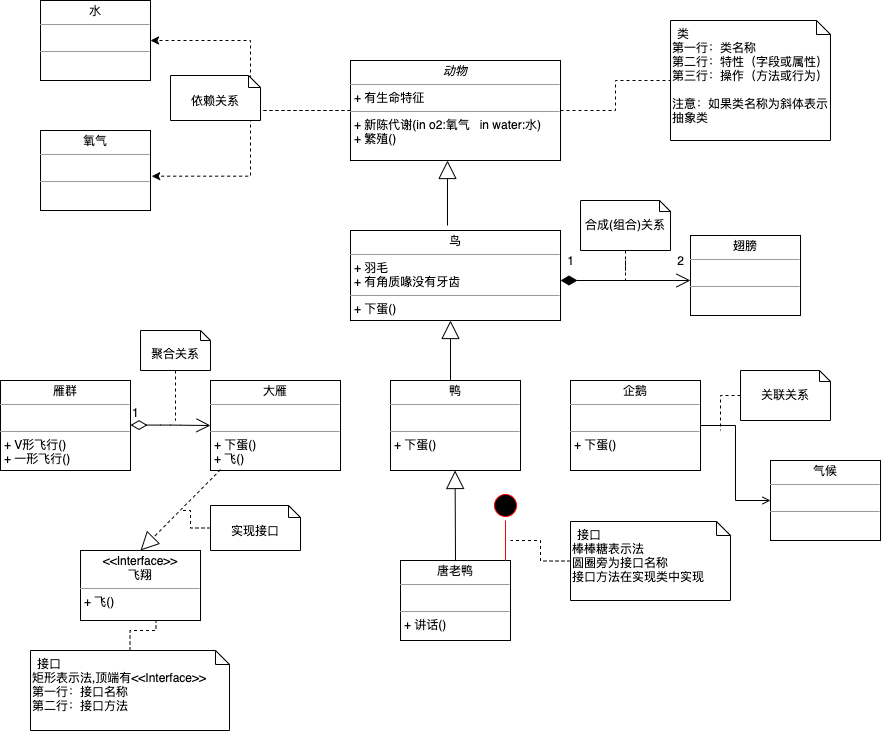
The draw.io diagram img/uml-demo.png in boilingfrog/design-pattern-learning, before a commit. Source tidied: cells renumbered, new cells last; positions are measured from the earlier drawing's top-left corner, leaving out a move shared by most shapes.
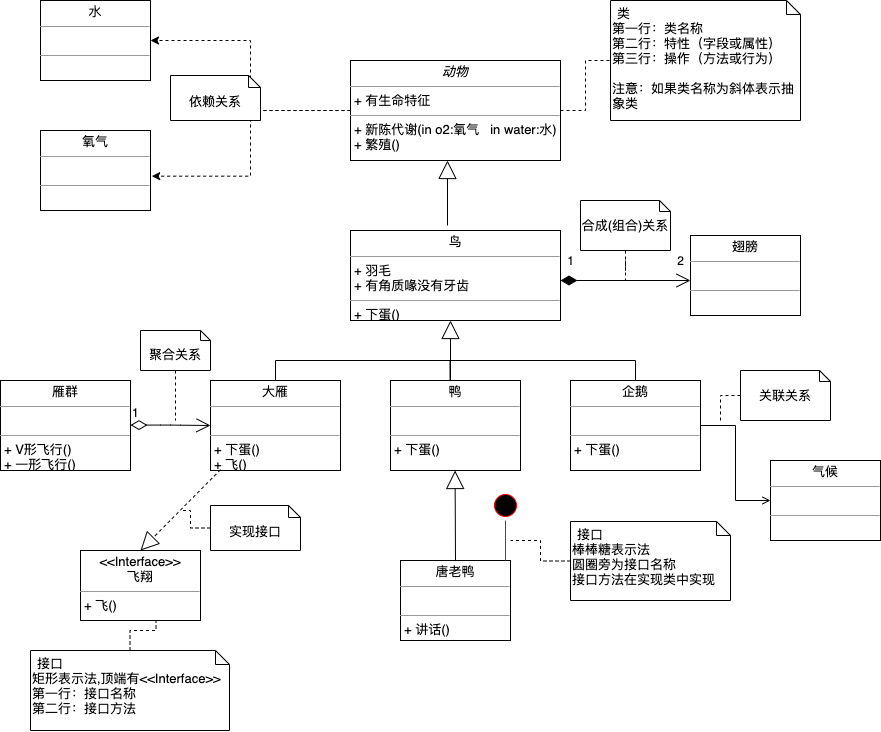
The same diagram one commit later.

The edit, as a diff of the source:
```diff
@@ -13,24 +13,24 @@
     </mxCell>
-    <mxCell id="5" value="&lt;p style=&quot;margin: 0px ; margin-top: 4px ; text-align: center&quot;&gt;&lt;i&gt;动物&lt;/i&gt;&lt;/p&gt;&lt;hr size=&quot;1&quot;&gt;&lt;p style=&quot;margin: 0px ; margin-left: 4px&quot;&gt;+ 有生命特征&lt;br&gt;&lt;/p&gt;&lt;hr size=&quot;1&quot;&gt;&lt;p style=&quot;margin: 0px ; margin-left: 4px&quot;&gt;+ 新陈代谢(in o2:氧气&amp;nbsp; &amp;nbsp;in water:水)&lt;br&gt;+ 繁殖()&lt;/p&gt;" style="verticalAlign=top;align=left;overflow=fill;fontSize=12;fontFamily=Helvetica;html=1;" parent="1" vertex="1">
+    <mxCell id="5" value="&lt;p style=&quot;margin: 4px 0px 0px ; text-align: center ; font-size: 13px&quot;&gt;&lt;i&gt;&lt;font style=&quot;font-size: 13px&quot;&gt;动物&lt;/font&gt;&lt;/i&gt;&lt;/p&gt;&lt;hr size=&quot;1&quot; style=&quot;font-size: 13px&quot;&gt;&lt;p style=&quot;margin: 0px 0px 0px 4px ; font-size: 13px&quot;&gt;&lt;font style=&quot;font-size: 13px&quot;&gt;+ 有生命特征&lt;br&gt;&lt;/font&gt;&lt;/p&gt;&lt;hr size=&quot;1&quot; style=&quot;font-size: 13px&quot;&gt;&lt;p style=&quot;margin: 0px 0px 0px 4px ; font-size: 13px&quot;&gt;&lt;font style=&quot;font-size: 13px&quot;&gt;+ 新陈代谢(in o2:氧气&amp;nbsp; &amp;nbsp;in water:水)&lt;br&gt;+ 繁殖()&lt;/font&gt;&lt;/p&gt;" style="verticalAlign=top;align=left;overflow=fill;fontSize=12;fontFamily=Helvetica;html=1;" parent="1" vertex="1">
       <mxGeometry x="350" y="60" width="210" height="100" as="geometry" />
     </mxCell>
-    <mxCell id="6" value="第一行：类名称&lt;br&gt;第二行：特性（字段或属性）&lt;br&gt;第三行：操作（方法或行为）&lt;br&gt;&lt;br&gt;注意：如果类名称为斜体表示抽象类" style="shape=note2;boundedLbl=1;whiteSpace=wrap;html=1;size=14;verticalAlign=top;align=left;" parent="1" vertex="1">
-      <mxGeometry x="670" y="20" width="160" height="120" as="geometry" />
+    <mxCell id="6" value="&lt;font style=&quot;font-size: 13px&quot;&gt;第一行：类名称&lt;br&gt;第二行：特性（字段或属性）&lt;br&gt;第三行：操作（方法或行为）&lt;br&gt;&lt;br&gt;注意：如果类名称为斜体表示抽象类&lt;/font&gt;" style="shape=note2;boundedLbl=1;whiteSpace=wrap;html=1;size=14;verticalAlign=top;align=left;" parent="1" vertex="1">
+      <mxGeometry x="610" width="190" height="120" as="geometry" />
     </mxCell>
-    <mxCell id="7" value="类" style="strokeColor=none;fillColor=none;align=left;spacingLeft=5;" parent="6" vertex="1">
-      <mxGeometry width="160" height="25" relative="1" as="geometry" />
+    <mxCell id="7" value="类" style="strokeColor=none;fillColor=none;align=left;spacingLeft=5;fontSize=13;" parent="6" vertex="1">
+      <mxGeometry width="190" height="25" relative="1" as="geometry" />
     </mxCell>
-    <mxCell id="8" value="&lt;p style=&quot;margin: 0px ; margin-top: 4px ; text-align: center&quot;&gt;鸟&lt;/p&gt;&lt;hr size=&quot;1&quot;&gt;&lt;p style=&quot;margin: 0px ; margin-left: 4px&quot;&gt;+ 羽毛&lt;br&gt;&lt;/p&gt;&lt;p style=&quot;margin: 0px ; margin-left: 4px&quot;&gt;+ 有角质喙没有牙齿&lt;/p&gt;&lt;hr size=&quot;1&quot;&gt;&lt;p style=&quot;margin: 0px ; margin-left: 4px&quot;&gt;+ 下蛋()&lt;br&gt;&lt;/p&gt;" style="verticalAlign=top;align=left;overflow=fill;fontSize=12;fontFamily=Helvetica;html=1;" parent="1" vertex="1">
+    <mxCell id="8" value="&lt;p style=&quot;margin: 4px 0px 0px ; text-align: center ; font-size: 13px&quot;&gt;&lt;font style=&quot;font-size: 13px&quot;&gt;鸟&lt;/font&gt;&lt;/p&gt;&lt;hr size=&quot;1&quot; style=&quot;font-size: 13px&quot;&gt;&lt;p style=&quot;margin: 0px 0px 0px 4px ; font-size: 13px&quot;&gt;&lt;font style=&quot;font-size: 13px&quot;&gt;+ 羽毛&lt;br&gt;&lt;/font&gt;&lt;/p&gt;&lt;p style=&quot;margin: 0px 0px 0px 4px ; font-size: 13px&quot;&gt;&lt;font style=&quot;font-size: 13px&quot;&gt;+ 有角质喙没有牙齿&lt;/font&gt;&lt;/p&gt;&lt;hr size=&quot;1&quot; style=&quot;font-size: 13px&quot;&gt;&lt;p style=&quot;margin: 0px 0px 0px 4px ; font-size: 13px&quot;&gt;&lt;font style=&quot;font-size: 13px&quot;&gt;+ 下蛋()&lt;/font&gt;&lt;br&gt;&lt;/p&gt;" style="verticalAlign=top;align=left;overflow=fill;fontSize=12;fontFamily=Helvetica;html=1;" parent="1" vertex="1">
       <mxGeometry x="350" y="230" width="210" height="90" as="geometry" />
     </mxCell>
-    <mxCell id="9" value="&lt;p style=&quot;margin: 0px ; margin-top: 4px ; text-align: center&quot;&gt;水&lt;/p&gt;&lt;hr size=&quot;1&quot;&gt;&lt;p style=&quot;margin: 0px ; margin-left: 4px&quot;&gt;&lt;br&gt;&lt;/p&gt;&lt;hr size=&quot;1&quot;&gt;&lt;p style=&quot;margin: 0px ; margin-left: 4px&quot;&gt;&lt;br&gt;&lt;/p&gt;" style="verticalAlign=top;align=left;overflow=fill;fontSize=12;fontFamily=Helvetica;html=1;" parent="1" vertex="1">
+    <mxCell id="9" value="&lt;p style=&quot;margin: 4px 0px 0px ; text-align: center ; font-size: 13px&quot;&gt;&lt;font style=&quot;font-size: 13px&quot;&gt;水&lt;/font&gt;&lt;/p&gt;&lt;hr size=&quot;1&quot; style=&quot;font-size: 13px&quot;&gt;&lt;p style=&quot;margin: 0px 0px 0px 4px ; font-size: 13px&quot;&gt;&lt;font style=&quot;font-size: 13px&quot;&gt;&lt;br&gt;&lt;/font&gt;&lt;/p&gt;&lt;hr size=&quot;1&quot; style=&quot;font-size: 13px&quot;&gt;&lt;p style=&quot;margin: 0px 0px 0px 4px ; font-size: 13px&quot;&gt;&lt;br&gt;&lt;/p&gt;" style="verticalAlign=top;align=left;overflow=fill;fontSize=12;fontFamily=Helvetica;html=1;" parent="1" vertex="1">
       <mxGeometry x="40" width="110" height="80" as="geometry" />
     </mxCell>
-    <mxCell id="10" value="&lt;p style=&quot;margin: 0px ; margin-top: 4px ; text-align: center&quot;&gt;氧气&lt;/p&gt;&lt;hr size=&quot;1&quot;&gt;&lt;p style=&quot;margin: 0px ; margin-left: 4px&quot;&gt;&lt;br&gt;&lt;/p&gt;&lt;hr size=&quot;1&quot;&gt;&lt;p style=&quot;margin: 0px ; margin-left: 4px&quot;&gt;&lt;br&gt;&lt;/p&gt;" style="verticalAlign=top;align=left;overflow=fill;fontSize=12;fontFamily=Helvetica;html=1;" parent="1" vertex="1">
+    <mxCell id="10" value="&lt;p style=&quot;margin: 4px 0px 0px ; text-align: center ; font-size: 13px&quot;&gt;&lt;font style=&quot;font-size: 13px&quot;&gt;氧气&lt;/font&gt;&lt;/p&gt;&lt;hr size=&quot;1&quot; style=&quot;font-size: 13px&quot;&gt;&lt;p style=&quot;margin: 0px 0px 0px 4px ; font-size: 13px&quot;&gt;&lt;font style=&quot;font-size: 13px&quot;&gt;&lt;br&gt;&lt;/font&gt;&lt;/p&gt;&lt;hr size=&quot;1&quot; style=&quot;font-size: 13px&quot;&gt;&lt;p style=&quot;margin: 0px 0px 0px 4px ; font-size: 13px&quot;&gt;&lt;br&gt;&lt;/p&gt;" style="verticalAlign=top;align=left;overflow=fill;fontSize=12;fontFamily=Helvetica;html=1;" parent="1" vertex="1">
       <mxGeometry x="40" y="130" width="110" height="80" as="geometry" />
     </mxCell>
-    <mxCell id="11" value="依赖关系" style="shape=note2;boundedLbl=1;whiteSpace=wrap;html=1;size=12;verticalAlign=top;align=center;fontSize=12;" parent="1" vertex="1">
+    <mxCell id="11" value="&lt;font style=&quot;font-size: 13px&quot;&gt;依赖关系&lt;/font&gt;" style="shape=note2;boundedLbl=1;whiteSpace=wrap;html=1;size=12;verticalAlign=top;align=center;fontSize=12;" parent="1" vertex="1">
       <mxGeometry x="170" y="75" width="90" height="45" as="geometry" />
     </mxCell>
-    <mxCell id="12" value="&lt;p style=&quot;margin: 0px ; margin-top: 4px ; text-align: center&quot;&gt;翅膀&lt;/p&gt;&lt;hr size=&quot;1&quot;&gt;&lt;p style=&quot;margin: 0px ; margin-left: 4px&quot;&gt;&lt;br&gt;&lt;/p&gt;&lt;hr size=&quot;1&quot;&gt;&lt;p style=&quot;margin: 0px ; margin-left: 4px&quot;&gt;&lt;br&gt;&lt;/p&gt;" style="verticalAlign=top;align=left;overflow=fill;fontSize=12;fontFamily=Helvetica;html=1;" parent="1" vertex="1">
+    <mxCell id="12" value="&lt;p style=&quot;margin: 4px 0px 0px ; text-align: center ; font-size: 13px&quot;&gt;&lt;font style=&quot;font-size: 13px&quot;&gt;翅膀&lt;/font&gt;&lt;/p&gt;&lt;hr size=&quot;1&quot; style=&quot;font-size: 13px&quot;&gt;&lt;p style=&quot;margin: 0px 0px 0px 4px ; font-size: 13px&quot;&gt;&lt;font style=&quot;font-size: 13px&quot;&gt;&lt;br&gt;&lt;/font&gt;&lt;/p&gt;&lt;hr size=&quot;1&quot; style=&quot;font-size: 13px&quot;&gt;&lt;p style=&quot;margin: 0px 0px 0px 4px ; font-size: 13px&quot;&gt;&lt;br&gt;&lt;/p&gt;" style="verticalAlign=top;align=left;overflow=fill;fontSize=12;fontFamily=Helvetica;html=1;" parent="1" vertex="1">
       <mxGeometry x="690" y="235" width="110" height="80" as="geometry" />
@@ -42,3 +42,3 @@
     </mxCell>
-    <mxCell id="14" value="合成(组合)关系" style="shape=note2;boundedLbl=1;whiteSpace=wrap;html=1;size=11;verticalAlign=top;align=center;fontSize=12;" parent="1" vertex="1">
+    <mxCell id="14" value="&lt;font style=&quot;font-size: 13px&quot;&gt;合成(组合)关系&lt;/font&gt;" style="shape=note2;boundedLbl=1;whiteSpace=wrap;html=1;size=11;verticalAlign=top;align=center;fontSize=12;" parent="1" vertex="1">
       <mxGeometry x="580" y="200" width="90" height="50" as="geometry" />
@@ -71,6 +71,14 @@
     </mxCell>
-    <mxCell id="20" value="&lt;p style=&quot;margin: 0px ; margin-top: 4px ; text-align: center&quot;&gt;鸭&lt;/p&gt;&lt;hr size=&quot;1&quot;&gt;&lt;p style=&quot;margin: 0px ; margin-left: 4px&quot;&gt;&lt;br&gt;&lt;/p&gt;&lt;hr size=&quot;1&quot;&gt;&lt;p style=&quot;margin: 0px ; margin-left: 4px&quot;&gt;+ 下蛋()&lt;br&gt;&lt;/p&gt;" style="verticalAlign=top;align=left;overflow=fill;fontSize=12;fontFamily=Helvetica;html=1;" parent="1" vertex="1">
+    <mxCell id="20" value="&lt;p style=&quot;margin: 4px 0px 0px ; text-align: center ; font-size: 13px&quot;&gt;&lt;font style=&quot;font-size: 13px&quot;&gt;鸭&lt;/font&gt;&lt;/p&gt;&lt;hr size=&quot;1&quot; style=&quot;font-size: 13px&quot;&gt;&lt;p style=&quot;margin: 0px 0px 0px 4px ; font-size: 13px&quot;&gt;&lt;font style=&quot;font-size: 13px&quot;&gt;&lt;br&gt;&lt;/font&gt;&lt;/p&gt;&lt;hr size=&quot;1&quot; style=&quot;font-size: 13px&quot;&gt;&lt;p style=&quot;margin: 0px 0px 0px 4px ; font-size: 13px&quot;&gt;&lt;font style=&quot;font-size: 13px&quot;&gt;+ 下蛋()&lt;/font&gt;&lt;br&gt;&lt;/p&gt;" style="verticalAlign=top;align=left;overflow=fill;fontSize=12;fontFamily=Helvetica;html=1;" parent="1" vertex="1">
       <mxGeometry x="390" y="380" width="130" height="90" as="geometry" />
     </mxCell>
+    <mxCell id="45" style="edgeStyle=orthogonalEdgeStyle;rounded=0;jettySize=auto;html=1;fontSize=12;startArrow=none;startFill=0;endArrow=none;endFill=0;strokeWidth=1;" parent="1" edge="1" source="21">
+      <mxGeometry relative="1" as="geometry">
+        <mxPoint x="450" y="360" as="targetPoint" />
+        <Array as="points">
+          <mxPoint x="275" y="360" />
+        </Array>
+      </mxGeometry>
+    </mxCell>
-    <mxCell id="21" value="&lt;p style=&quot;margin: 0px ; margin-top: 4px ; text-align: center&quot;&gt;大雁&lt;/p&gt;&lt;hr size=&quot;1&quot;&gt;&lt;p style=&quot;margin: 0px ; margin-left: 4px&quot;&gt;&lt;br&gt;&lt;/p&gt;&lt;hr size=&quot;1&quot;&gt;&lt;p style=&quot;margin: 0px ; margin-left: 4px&quot;&gt;+ 下蛋()&lt;br&gt;&lt;/p&gt;&lt;p style=&quot;margin: 0px ; margin-left: 4px&quot;&gt;+ 飞()&lt;/p&gt;" style="verticalAlign=top;align=left;overflow=fill;fontSize=12;fontFamily=Helvetica;html=1;" parent="1" vertex="1">
+    <mxCell id="21" value="&lt;p style=&quot;margin: 4px 0px 0px ; text-align: center ; font-size: 13px&quot;&gt;&lt;font style=&quot;font-size: 13px&quot;&gt;大雁&lt;/font&gt;&lt;/p&gt;&lt;hr size=&quot;1&quot; style=&quot;font-size: 13px&quot;&gt;&lt;p style=&quot;margin: 0px 0px 0px 4px ; font-size: 13px&quot;&gt;&lt;font style=&quot;font-size: 13px&quot;&gt;&lt;br&gt;&lt;/font&gt;&lt;/p&gt;&lt;hr size=&quot;1&quot; style=&quot;font-size: 13px&quot;&gt;&lt;p style=&quot;margin: 0px 0px 0px 4px ; font-size: 13px&quot;&gt;&lt;font style=&quot;font-size: 13px&quot;&gt;+ 下蛋()&lt;br&gt;&lt;/font&gt;&lt;/p&gt;&lt;p style=&quot;margin: 0px 0px 0px 4px ; font-size: 13px&quot;&gt;&lt;font style=&quot;font-size: 13px&quot;&gt;+ 飞()&lt;/font&gt;&lt;/p&gt;" style="verticalAlign=top;align=left;overflow=fill;fontSize=12;fontFamily=Helvetica;html=1;" parent="1" vertex="1">
       <mxGeometry x="210" y="380" width="130" height="90" as="geometry" />
@@ -80,6 +88,9 @@
     </mxCell>
+    <mxCell id="46" style="edgeStyle=orthogonalEdgeStyle;rounded=0;jettySize=auto;html=1;entryX=0.458;entryY=-0.004;entryDx=0;entryDy=0;entryPerimeter=0;fontSize=12;startArrow=none;startFill=0;endArrow=none;endFill=0;strokeWidth=1;exitX=0.5;exitY=0;exitDx=0;exitDy=0;" parent="1" edge="1" source="23" target="20">
+      <mxGeometry relative="1" as="geometry" />
+    </mxCell>
-    <mxCell id="23" value="&lt;p style=&quot;margin: 0px ; margin-top: 4px ; text-align: center&quot;&gt;企鹅&lt;/p&gt;&lt;hr size=&quot;1&quot;&gt;&lt;p style=&quot;margin: 0px ; margin-left: 4px&quot;&gt;&lt;br&gt;&lt;/p&gt;&lt;hr size=&quot;1&quot;&gt;&lt;p style=&quot;margin: 0px ; margin-left: 4px&quot;&gt;+ 下蛋()&lt;br&gt;&lt;/p&gt;" style="verticalAlign=top;align=left;overflow=fill;fontSize=12;fontFamily=Helvetica;html=1;" parent="1" vertex="1">
+    <mxCell id="23" value="&lt;p style=&quot;margin: 4px 0px 0px ; text-align: center ; font-size: 13px&quot;&gt;&lt;font style=&quot;font-size: 13px&quot;&gt;企鹅&lt;/font&gt;&lt;/p&gt;&lt;hr size=&quot;1&quot; style=&quot;font-size: 13px&quot;&gt;&lt;p style=&quot;margin: 0px 0px 0px 4px ; font-size: 13px&quot;&gt;&lt;font style=&quot;font-size: 13px&quot;&gt;&lt;br&gt;&lt;/font&gt;&lt;/p&gt;&lt;hr size=&quot;1&quot; style=&quot;font-size: 13px&quot;&gt;&lt;p style=&quot;margin: 0px 0px 0px 4px ; font-size: 13px&quot;&gt;&lt;font style=&quot;font-size: 13px&quot;&gt;+ 下蛋()&lt;/font&gt;&lt;br&gt;&lt;/p&gt;" style="verticalAlign=top;align=left;overflow=fill;fontSize=12;fontFamily=Helvetica;html=1;" parent="1" vertex="1">
       <mxGeometry x="570" y="380" width="130" height="90" as="geometry" />
     </mxCell>
-    <mxCell id="24" value="&lt;p style=&quot;margin: 0px ; margin-top: 4px ; text-align: center&quot;&gt;雁群&lt;/p&gt;&lt;hr size=&quot;1&quot;&gt;&lt;p style=&quot;margin: 0px ; margin-left: 4px&quot;&gt;&lt;br&gt;&lt;/p&gt;&lt;hr size=&quot;1&quot;&gt;&lt;p style=&quot;margin: 0px ; margin-left: 4px&quot;&gt;+ V形飞行()&lt;br&gt;&lt;/p&gt;&lt;p style=&quot;margin: 0px ; margin-left: 4px&quot;&gt;+ 一形飞行()&lt;/p&gt;" style="verticalAlign=top;align=left;overflow=fill;fontSize=12;fontFamily=Helvetica;html=1;" parent="1" vertex="1">
+    <mxCell id="24" value="&lt;p style=&quot;margin: 4px 0px 0px ; text-align: center ; font-size: 13px&quot;&gt;&lt;font style=&quot;font-size: 13px&quot;&gt;雁群&lt;/font&gt;&lt;/p&gt;&lt;hr size=&quot;1&quot; style=&quot;font-size: 13px&quot;&gt;&lt;p style=&quot;margin: 0px 0px 0px 4px ; font-size: 13px&quot;&gt;&lt;font style=&quot;font-size: 13px&quot;&gt;&lt;br&gt;&lt;/font&gt;&lt;/p&gt;&lt;hr size=&quot;1&quot; style=&quot;font-size: 13px&quot;&gt;&lt;p style=&quot;margin: 0px 0px 0px 4px ; font-size: 13px&quot;&gt;&lt;font style=&quot;font-size: 13px&quot;&gt;+ V形飞行()&lt;br&gt;&lt;/font&gt;&lt;/p&gt;&lt;p style=&quot;margin: 0px 0px 0px 4px ; font-size: 13px&quot;&gt;&lt;font style=&quot;font-size: 13px&quot;&gt;+ 一形飞行()&lt;/font&gt;&lt;/p&gt;" style="verticalAlign=top;align=left;overflow=fill;fontSize=12;fontFamily=Helvetica;html=1;" parent="1" vertex="1">
       <mxGeometry y="380" width="130" height="90" as="geometry" />
@@ -96,9 +107,9 @@
     </mxCell>
-    <mxCell id="27" value="聚合关系" style="shape=note2;boundedLbl=1;whiteSpace=wrap;html=1;size=10;verticalAlign=top;align=center;fontSize=12;" parent="1" vertex="1">
+    <mxCell id="27" value="&lt;font style=&quot;font-size: 13px&quot;&gt;聚合关系&lt;/font&gt;" style="shape=note2;boundedLbl=1;whiteSpace=wrap;html=1;size=10;verticalAlign=top;align=center;fontSize=12;" parent="1" vertex="1">
       <mxGeometry x="140" y="330" width="70" height="40" as="geometry" />
     </mxCell>
-    <mxCell id="28" value="&lt;p style=&quot;margin: 0px ; margin-top: 4px ; text-align: center&quot;&gt;&amp;lt;&amp;lt;Interface&amp;gt;&amp;gt;&lt;br&gt;飞翔&lt;/p&gt;&lt;hr size=&quot;1&quot;&gt;&lt;p style=&quot;margin: 0px ; margin-left: 4px&quot;&gt;+ 飞()&lt;br&gt;&lt;/p&gt;" style="verticalAlign=top;align=left;overflow=fill;fontSize=12;fontFamily=Helvetica;html=1;" parent="1" vertex="1">
+    <mxCell id="28" value="&lt;p style=&quot;margin: 4px 0px 0px ; text-align: center ; font-size: 13px&quot;&gt;&lt;font style=&quot;font-size: 13px&quot;&gt;&amp;lt;&amp;lt;Interface&amp;gt;&amp;gt;&lt;br&gt;飞翔&lt;/font&gt;&lt;/p&gt;&lt;hr size=&quot;1&quot; style=&quot;font-size: 13px&quot;&gt;&lt;p style=&quot;margin: 0px 0px 0px 4px ; font-size: 13px&quot;&gt;&lt;font style=&quot;font-size: 13px&quot;&gt;+ 飞()&lt;/font&gt;&lt;br&gt;&lt;/p&gt;" style="verticalAlign=top;align=left;overflow=fill;fontSize=12;fontFamily=Helvetica;html=1;" parent="1" vertex="1">
       <mxGeometry x="80" y="550" width="120" height="70" as="geometry" />
     </mxCell>
-    <mxCell id="29" value="&lt;p style=&quot;margin: 0px ; margin-top: 4px ; text-align: center&quot;&gt;气候&lt;/p&gt;&lt;hr size=&quot;1&quot;&gt;&lt;p style=&quot;margin: 0px ; margin-left: 4px&quot;&gt;&lt;br&gt;&lt;/p&gt;&lt;hr size=&quot;1&quot;&gt;&lt;p style=&quot;margin: 0px ; margin-left: 4px&quot;&gt;&lt;br&gt;&lt;/p&gt;" style="verticalAlign=top;align=left;overflow=fill;fontSize=12;fontFamily=Helvetica;html=1;" parent="1" vertex="1">
+    <mxCell id="29" value="&lt;p style=&quot;margin: 4px 0px 0px ; text-align: center ; font-size: 13px&quot;&gt;&lt;font style=&quot;font-size: 13px&quot;&gt;气候&lt;/font&gt;&lt;/p&gt;&lt;hr size=&quot;1&quot; style=&quot;font-size: 13px&quot;&gt;&lt;p style=&quot;margin: 0px 0px 0px 4px ; font-size: 13px&quot;&gt;&lt;font style=&quot;font-size: 13px&quot;&gt;&lt;br&gt;&lt;/font&gt;&lt;/p&gt;&lt;hr size=&quot;1&quot; style=&quot;font-size: 13px&quot;&gt;&lt;p style=&quot;margin: 0px 0px 0px 4px ; font-size: 13px&quot;&gt;&lt;br&gt;&lt;/p&gt;" style="verticalAlign=top;align=left;overflow=fill;fontSize=12;fontFamily=Helvetica;html=1;" parent="1" vertex="1">
       <mxGeometry x="770" y="460" width="110" height="80" as="geometry" />
@@ -107,9 +118,9 @@
       <mxGeometry relative="1" as="geometry">
-        <mxPoint x="720" y="430" as="targetPoint" />
+        <mxPoint x="720" y="420" as="targetPoint" />
       </mxGeometry>
     </mxCell>
-    <mxCell id="31" value="关联关系" style="shape=note2;boundedLbl=1;whiteSpace=wrap;html=1;size=11;verticalAlign=top;align=center;fontSize=12;" parent="1" vertex="1">
+    <mxCell id="31" value="&lt;font style=&quot;font-size: 13px&quot;&gt;关联关系&lt;/font&gt;" style="shape=note2;boundedLbl=1;whiteSpace=wrap;html=1;size=11;verticalAlign=top;align=center;fontSize=12;" parent="1" vertex="1">
       <mxGeometry x="740" y="370" width="90" height="50" as="geometry" />
     </mxCell>
-    <mxCell id="32" value="&lt;p style=&quot;margin: 0px ; margin-top: 4px ; text-align: center&quot;&gt;唐老鸭&lt;/p&gt;&lt;hr size=&quot;1&quot;&gt;&lt;p style=&quot;margin: 0px ; margin-left: 4px&quot;&gt;&lt;br&gt;&lt;/p&gt;&lt;hr size=&quot;1&quot;&gt;&lt;p style=&quot;margin: 0px ; margin-left: 4px&quot;&gt;+ 讲话()&lt;/p&gt;" style="verticalAlign=top;align=left;overflow=fill;fontSize=12;fontFamily=Helvetica;html=1;" parent="1" vertex="1">
+    <mxCell id="32" value="&lt;p style=&quot;margin: 4px 0px 0px ; text-align: center ; font-size: 13px&quot;&gt;&lt;font style=&quot;font-size: 13px&quot;&gt;唐老鸭&lt;/font&gt;&lt;/p&gt;&lt;hr size=&quot;1&quot; style=&quot;font-size: 13px&quot;&gt;&lt;p style=&quot;margin: 0px 0px 0px 4px ; font-size: 13px&quot;&gt;&lt;font style=&quot;font-size: 13px&quot;&gt;&lt;br&gt;&lt;/font&gt;&lt;/p&gt;&lt;hr size=&quot;1&quot; style=&quot;font-size: 13px&quot;&gt;&lt;p style=&quot;margin: 0px 0px 0px 4px ; font-size: 13px&quot;&gt;&lt;font style=&quot;font-size: 13px&quot;&gt;+ 讲话()&lt;/font&gt;&lt;/p&gt;" style="verticalAlign=top;align=left;overflow=fill;fontSize=12;fontFamily=Helvetica;html=1;" parent="1" vertex="1">
       <mxGeometry x="400" y="560" width="110" height="80" as="geometry" />
@@ -122,6 +133,6 @@
     </mxCell>
-    <mxCell id="34" value="矩形表示法,顶端有&lt;span style=&quot;text-align: center&quot;&gt;&amp;lt;&amp;lt;Interface&amp;gt;&amp;gt;&lt;/span&gt;&lt;br style=&quot;text-align: center&quot;&gt;第一行：接口名称&lt;br&gt;第二行：接口方法" style="shape=note2;boundedLbl=1;whiteSpace=wrap;html=1;size=14;verticalAlign=top;align=left;" parent="1" vertex="1">
+    <mxCell id="34" value="&lt;font style=&quot;font-size: 13px&quot;&gt;矩形表示法,顶端有&lt;span style=&quot;text-align: center&quot;&gt;&amp;lt;&amp;lt;Interface&amp;gt;&amp;gt;&lt;/span&gt;&lt;br style=&quot;text-align: center&quot;&gt;第一行：接口名称&lt;br&gt;第二行：接口方法&lt;/font&gt;" style="shape=note2;boundedLbl=1;whiteSpace=wrap;html=1;size=14;verticalAlign=top;align=left;" parent="1" vertex="1">
       <mxGeometry x="30" y="650" width="199" height="80" as="geometry" />
     </mxCell>
-    <mxCell id="35" value="接口" style="strokeColor=none;fillColor=none;align=left;spacingLeft=5;" parent="34" vertex="1">
+    <mxCell id="35" value="接口" style="strokeColor=none;fillColor=none;align=left;spacingLeft=5;fontSize=13;" parent="34" vertex="1">
       <mxGeometry width="199" height="25" relative="1" as="geometry" />
@@ -136,3 +147,3 @@
     </mxCell>
-    <mxCell id="38" value="实现接口" style="shape=note2;boundedLbl=1;whiteSpace=wrap;html=1;size=12;verticalAlign=top;align=center;fontSize=12;" parent="1" vertex="1">
+    <mxCell id="38" value="&lt;font style=&quot;font-size: 13px&quot;&gt;实现接口&lt;/font&gt;" style="shape=note2;boundedLbl=1;whiteSpace=wrap;html=1;size=12;verticalAlign=top;align=center;fontSize=12;" parent="1" vertex="1">
       <mxGeometry x="210" y="505" width="90" height="45" as="geometry" />
@@ -157,6 +168,6 @@
     </mxCell>
-    <mxCell id="43" value="棒棒糖表示法&lt;br&gt;圆圈旁为接口名称&lt;br&gt;接口方法在实现类中实现" style="shape=note2;boundedLbl=1;whiteSpace=wrap;html=1;size=14;verticalAlign=top;align=left;" parent="1" vertex="1">
+    <mxCell id="43" value="&lt;font style=&quot;font-size: 13px&quot;&gt;棒棒糖表示法&lt;br&gt;圆圈旁为接口名称&lt;br&gt;接口方法在实现类中实现&lt;/font&gt;" style="shape=note2;boundedLbl=1;whiteSpace=wrap;html=1;size=14;verticalAlign=top;align=left;" parent="1" vertex="1">
       <mxGeometry x="570" y="521" width="160" height="79" as="geometry" />
     </mxCell>
-    <mxCell id="44" value="接口" style="strokeColor=none;fillColor=none;align=left;spacingLeft=5;" parent="43" vertex="1">
+    <mxCell id="44" value="接口" style="strokeColor=none;fillColor=none;align=left;spacingLeft=5;fontSize=13;" parent="43" vertex="1">
       <mxGeometry width="160" height="25" relative="1" as="geometry" />
```
